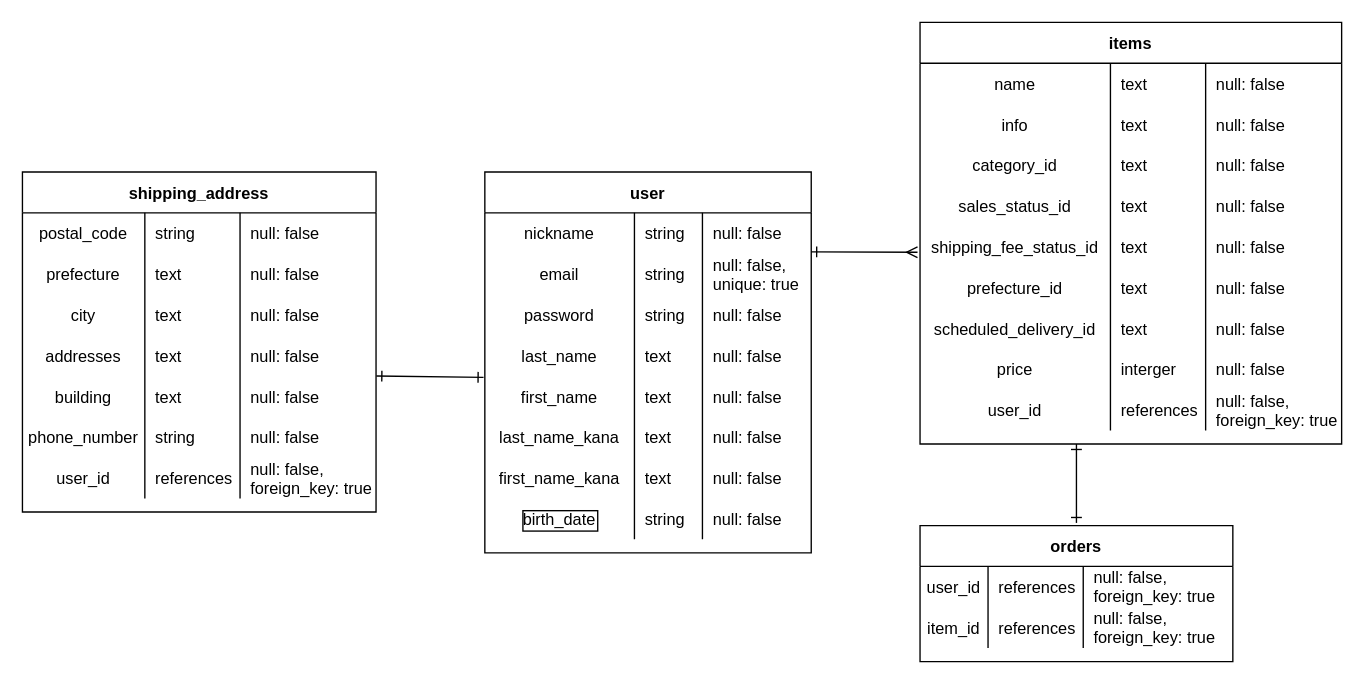
This is er.dio from mijinko-j/furima-37463, a draw.io file, before an edit. Source tidied: cells renumbered, new cells numbered last; positions are measured from the earlier drawing's top-left corner, leaving out a move shared by most shapes. Both pictures are drawn from the tidied source at 136%, with x=0, y=0 at pixel (22, 22).
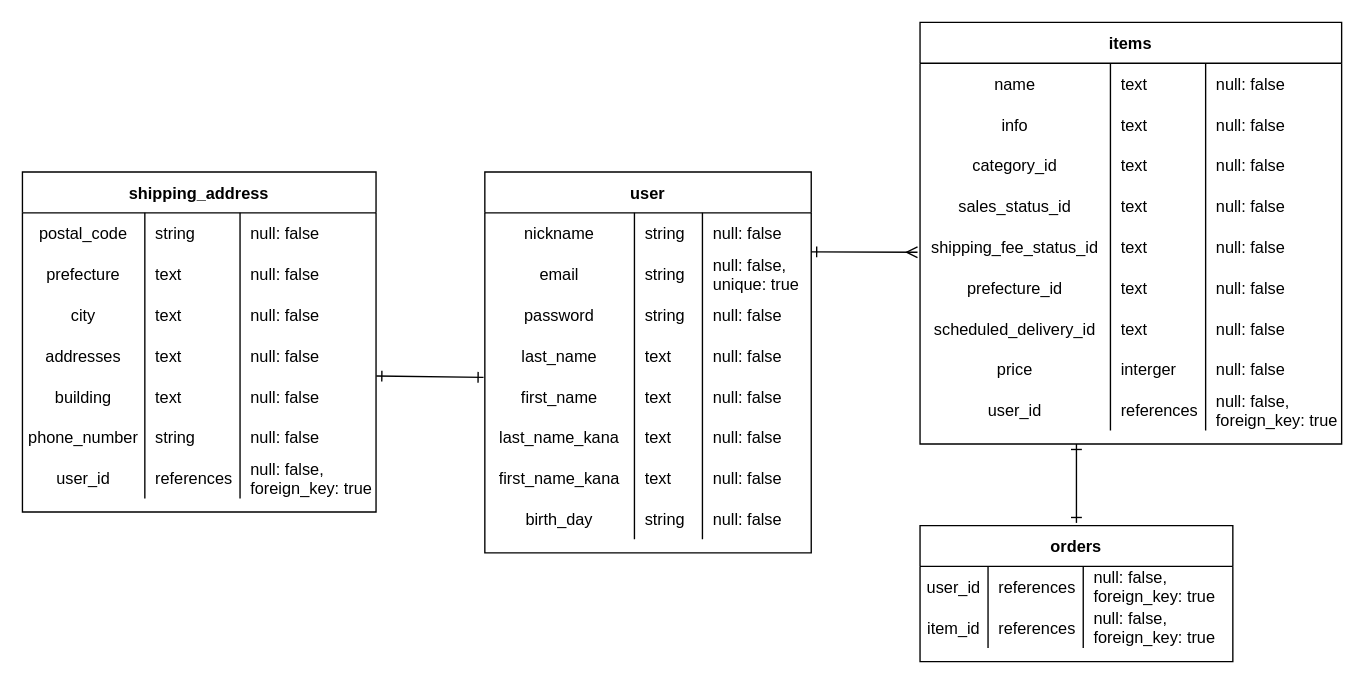
The same page after the edit.

The change refers to these unchanged cells:
```xml
<mxCell id="33" style="shape=partialRectangle;fillColor=none;top=0;left=0;bottom=0;right=0;labelBorderColor=none;" parent="4" vertex="1">
  <mxGeometry y="240" width="240" height="30" as="geometry" />
</mxCell>
```

Diff of the diagram source:
```diff
@@
-    <mxCell id="34" value="birth_date" style="shape=partialRectangle;fillColor=none;top=0;left=0;bottom=0;right=0;overflow=hidden;labelBorderColor=default;" parent="33" vertex="1">
+    <mxCell id="34" value="birth_day" style="shape=partialRectangle;fillColor=none;top=0;left=0;bottom=0;right=0;overflow=hidden;labelBorderColor=none;" parent="33" vertex="1">
       <mxGeometry width="110" height="30" as="geometry" />
     </mxCell>
```
